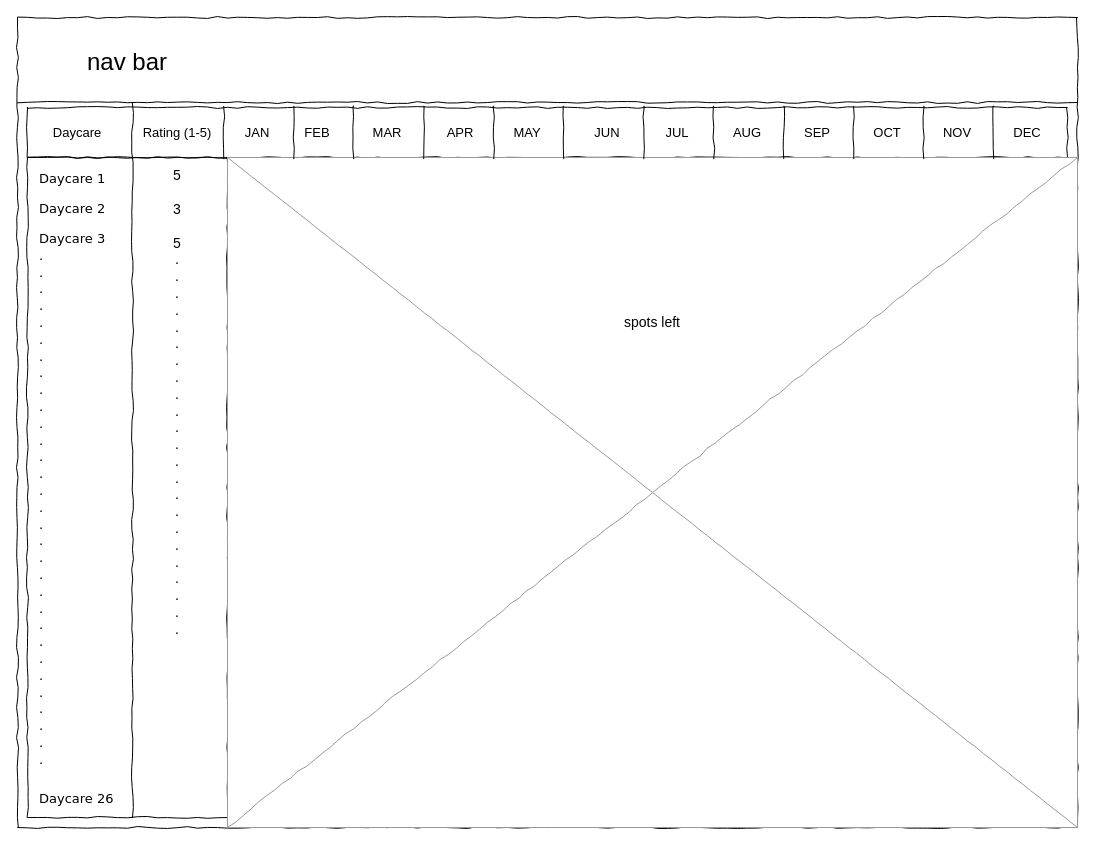
This is calendar-page.drawio from brianaendanawas/drawio-templates, a draw.io file, before an edit. Source tidied: cells renumbered, new cells numbered last; positions are measured from the earlier drawing's top-left corner, leaving out a move shared by most shapes. Both pictures are drawn from the tidied source at 100%, with x=0, y=0 at pixel (-225, 17).
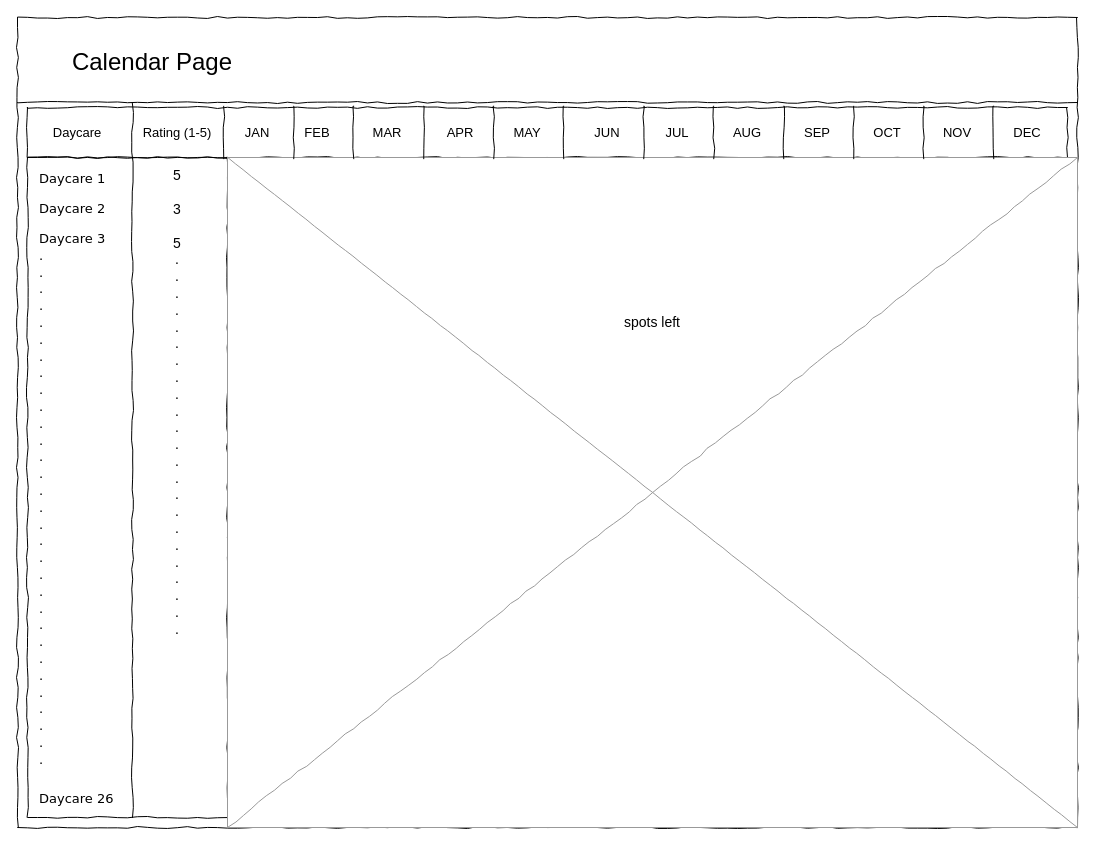
After the change.

Diff of the diagram source:
```diff
@@
-    <mxCell id="8" value="&lt;font style=&quot;font-size: 24px;&quot;&gt;nav bar&lt;/font&gt;" style="text;html=1;strokeColor=none;fillColor=none;align=center;verticalAlign=middle;whiteSpace=wrap;rounded=0;" parent="1" vertex="1">
-      <mxGeometry x="282" y="30" width="140" height="30" as="geometry" />
+    <mxCell id="8" value="&lt;font style=&quot;font-size: 24px;&quot;&gt;Calendar Page&lt;/font&gt;" style="text;html=1;strokeColor=none;fillColor=none;align=center;verticalAlign=middle;whiteSpace=wrap;rounded=0;" parent="1" vertex="1">
+      <mxGeometry x="282" y="30" width="190" height="30" as="geometry" />
     </mxCell>
```
